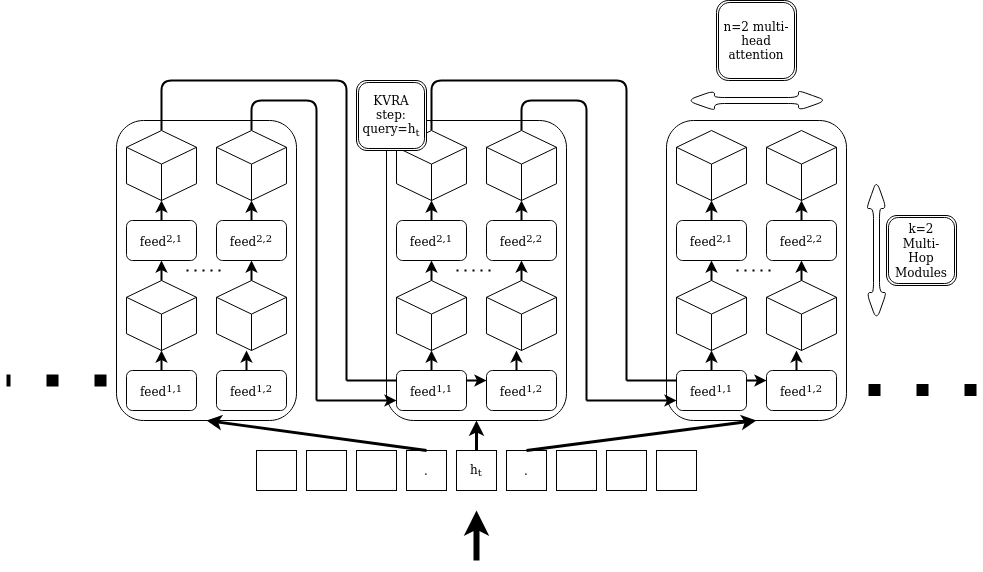
Before: example_att/feedfwdKbattTF.png, a diagram exported from draw.io (marvosyntactical/joeynmt). Source tidied: cells renumbered, new cells last; positions are measured from the earlier drawing's top-left corner, leaving out a move shared by most shapes.
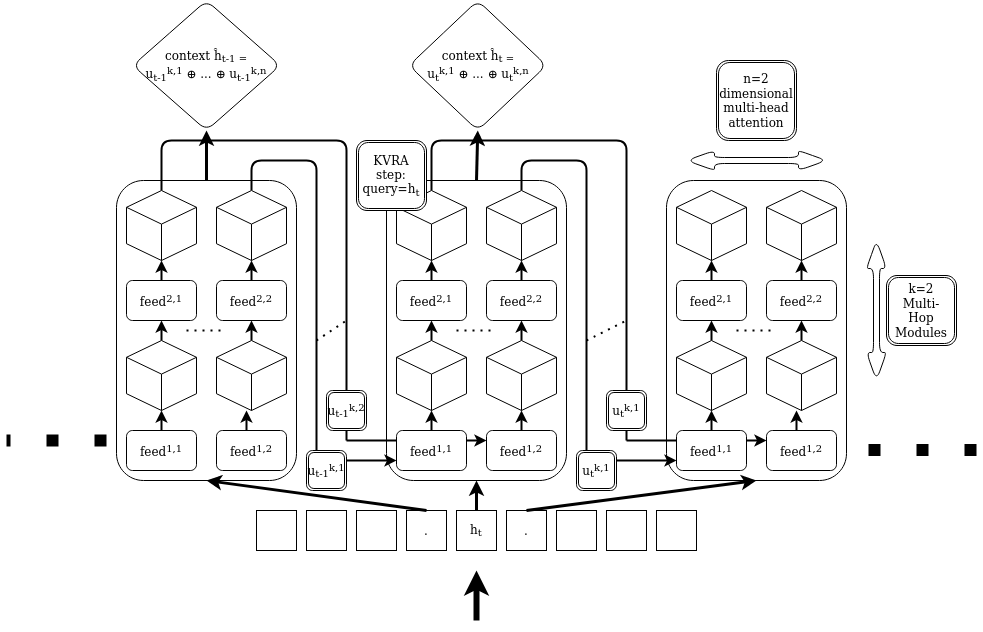
After the commit.

Change to the diagram source:
```diff
@@ -45,12 +45,9 @@
         </Array>
       </mxGeometry>
     </mxCell>
-    <mxCell id="13" style="edgeStyle=elbowEdgeStyle;elbow=vertical;endArrow=none;html=1;strokeWidth=2;jumpSize=2;endFill=0;exitX=0.5;exitY=0;exitDx=0;exitDy=0;exitPerimeter=0;" parent="1" edge="1" source="43">
+    <mxCell id="13" style="edgeStyle=elbowEdgeStyle;elbow=vertical;endArrow=none;html=1;strokeWidth=2;jumpSize=2;endFill=0;exitX=0.5;exitY=0;exitDx=0;exitDy=0;exitPerimeter=0;" parent="1" edge="1" source="88">
       <mxGeometry relative="1" as="geometry">
         <mxPoint x="620" y="380" as="targetPoint" />
-        <Array as="points">
-          <mxPoint x="530" y="80" />
-        </Array>
       </mxGeometry>
     </mxCell>
     <mxCell id="14" style="endArrow=classic;html=1;strokeWidth=3;exitX=0.5;exitY=0;exitDx=0;exitDy=0;entryX=0.5;entryY=1;entryDx=0;entryDy=0;" parent="1" edge="1" source="3" target="34">
@@ -65,12 +62,9 @@
         <mxPoint x="670" y="400" as="targetPoint" />
       </mxGeometry>
     </mxCell>
-    <mxCell id="17" style="edgeStyle=elbowEdgeStyle;elbow=vertical;endArrow=none;html=1;strokeWidth=2;endFill=0;exitX=0.5;exitY=0;exitDx=0;exitDy=0;exitPerimeter=0;" parent="1" edge="1" source="27">
+    <mxCell id="17" style="edgeStyle=elbowEdgeStyle;elbow=vertical;endArrow=none;html=1;strokeWidth=2;endFill=0;exitX=0.5;exitY=0;exitDx=0;exitDy=0;exitPerimeter=0;" parent="1" edge="1" source="85">
       <mxGeometry relative="1" as="geometry">
         <mxPoint x="340" y="380" as="targetPoint" />
-        <Array as="points">
-          <mxPoint x="260" y="80" />
-        </Array>
       </mxGeometry>
     </mxCell>
     <mxCell id="18" style="edgeStyle=elbowEdgeStyle;elbow=vertical;endArrow=none;html=1;strokeWidth=2;jumpSize=2;endFill=0;exitX=0.5;exitY=0;exitDx=0;exitDy=0;exitPerimeter=0;" parent="1" edge="1" source="29">
@@ -176,11 +170,8 @@
         <mxPoint x="155" y="350" as="targetPoint" />
       </mxGeometry>
     </mxCell>
-    <mxCell id="41" style="endArrow=classic;html=1;strokeWidth=2;" parent="1" edge="1">
-      <mxGeometry relative="1" as="geometry">
-        <mxPoint x="510" y="380" as="sourcePoint" />
-        <mxPoint x="510" y="350" as="targetPoint" />
-      </mxGeometry>
+    <mxCell id="41" style="endArrow=classic;html=1;strokeWidth=2;exitX=0.5;exitY=0;exitDx=0;exitDy=0;entryX=0.5;entryY=1;entryDx=0;entryDy=0;entryPerimeter=0;" parent="1" edge="1" source="49" target="44">
+      <mxGeometry relative="1" as="geometry" />
     </mxCell>
     <mxCell id="42" style="html=1;whiteSpace=wrap;shape=isoCube2;backgroundOutline=1;isoAngle=15;" parent="1" vertex="1">
       <mxGeometry x="390" y="280" width="70" height="70" as="geometry" />
@@ -305,11 +296,61 @@
     <mxCell id="75" value="k=2 Multi- Hop Modules" style="shape=ext;double=1;rounded=1;whiteSpace=wrap;html=1;shadow=0;glass=0;fillColor=#ffffff;" parent="1" vertex="1">
       <mxGeometry x="880" y="215" width="70" height="70" as="geometry" />
     </mxCell>
-    <mxCell id="76" value="n=2 multi-head attention" style="shape=ext;double=1;whiteSpace=wrap;html=1;rounded=1;shadow=0;glass=0;fillColor=#ffffff;" parent="1" vertex="1">
+    <mxCell id="76" value="n=2 dimensional multi-head attention" style="shape=ext;double=1;whiteSpace=wrap;html=1;rounded=1;shadow=0;glass=0;fillColor=#ffffff;" parent="1" vertex="1">
       <mxGeometry x="710" width="80" height="80" as="geometry" />
     </mxCell>
     <mxCell id="77" style="shape=doubleArrow;whiteSpace=wrap;html=1;rounded=1;shadow=0;glass=0;fillColor=#ffffff;direction=west;" parent="1" vertex="1">
       <mxGeometry x="680" y="90" width="140" height="20" as="geometry" />
     </mxCell>
+    <mxCell id="78" style="endArrow=classic;html=1;strokeWidth=3;exitX=0.5;exitY=0;exitDx=0;exitDy=0;entryX=0.5;entryY=1;entryDx=0;entryDy=0;" parent="1" edge="1" source="34" target="80">
+      <mxGeometry relative="1" as="geometry" />
+    </mxCell>
+    <mxCell id="79" style="endArrow=classic;html=1;strokeWidth=3;exitX=0.5;exitY=0;exitDx=0;exitDy=0;entryX=0.5;entryY=1;entryDx=0;entryDy=0;" parent="1" edge="1" source="50" target="81">
+      <mxGeometry relative="1" as="geometry" />
+    </mxCell>
+    <mxCell id="80" value="&lt;div&gt;context ĥ&lt;sub&gt;t-1 =&lt;br&gt;&lt;/sub&gt;&lt;/div&gt;&lt;div&gt;u&lt;sub&gt;t-1&lt;/sub&gt;&lt;sup&gt;k,1&lt;/sup&gt; ⊕ ... ⊕ u&lt;sub&gt;t-1&lt;/sub&gt;&lt;sup&gt;k,n&lt;/sup&gt;&lt;br&gt;&lt;/div&gt;" style="rhombus;whiteSpace=wrap;html=1;rounded=1;shadow=0;glass=0;fillColor=#ffffff;" parent="1" vertex="1">
+      <mxGeometry x="126.2" y="-60" width="147.5" height="130" as="geometry" />
+    </mxCell>
+    <mxCell id="81" value="&lt;div&gt;context ĥ&lt;sub&gt;t =&lt;br&gt;&lt;/sub&gt;&lt;/div&gt;&lt;div&gt;u&lt;sub&gt;t&lt;/sub&gt;&lt;sup&gt;k,1&lt;/sup&gt; ⊕ ... ⊕ u&lt;sub&gt;t&lt;/sub&gt;&lt;sup&gt;k,n&lt;/sup&gt;&lt;br&gt;&lt;/div&gt;" style="rhombus;whiteSpace=wrap;html=1;rounded=1;shadow=0;glass=0;fillColor=#ffffff;" parent="1" vertex="1">
+      <mxGeometry x="402.5" y="-60" width="137.5" height="130" as="geometry" />
+    </mxCell>
+    <mxCell id="82" value="u&lt;sub&gt;t-1&lt;/sub&gt;&lt;sup&gt;k,1&lt;/sup&gt;&lt;br&gt;&lt;sup&gt;&lt;/sup&gt;" style="shape=ext;double=1;whiteSpace=wrap;html=1;rounded=1;shadow=0;glass=0;fillColor=#ffffff;" parent="1" vertex="1">
+      <mxGeometry x="300" y="390" width="40" height="40" as="geometry" />
+    </mxCell>
+    <mxCell id="83" style="endArrow=none;dashed=1;html=1;dashPattern=1 3;strokeWidth=2;" parent="1" edge="1">
+      <mxGeometry relative="1" as="geometry">
+        <mxPoint x="310" y="280" as="sourcePoint" />
+        <mxPoint x="340" y="260" as="targetPoint" />
+      </mxGeometry>
+    </mxCell>
+    <mxCell id="84" style="endArrow=none;dashed=1;html=1;dashPattern=1 3;strokeWidth=2;" parent="1" edge="1">
+      <mxGeometry relative="1" as="geometry">
+        <mxPoint x="580" y="280" as="sourcePoint" />
+        <mxPoint x="620" y="260" as="targetPoint" />
+      </mxGeometry>
+    </mxCell>
+    <mxCell id="85" value="u&lt;sub&gt;t-1&lt;/sub&gt;&lt;sup&gt;k,2&lt;/sup&gt;&lt;br&gt;&lt;sup&gt;&lt;/sup&gt;" style="shape=ext;double=1;whiteSpace=wrap;html=1;rounded=1;shadow=0;glass=0;fillColor=#ffffff;" parent="1" vertex="1">
+      <mxGeometry x="320" y="330" width="40" height="40" as="geometry" />
+    </mxCell>
+    <mxCell id="86" style="edgeStyle=elbowEdgeStyle;elbow=vertical;endArrow=none;html=1;strokeWidth=2;endFill=0;exitX=0.5;exitY=0;exitDx=0;exitDy=0;exitPerimeter=0;" parent="1" edge="1" source="27" target="85">
+      <mxGeometry relative="1" as="geometry">
+        <Array as="points">
+          <mxPoint x="260" y="80" />
+        </Array>
+      </mxGeometry>
+    </mxCell>
+    <mxCell id="87" value="u&lt;sub&gt;t&lt;/sub&gt;&lt;sup&gt;k,1&lt;/sup&gt;" style="shape=ext;double=1;whiteSpace=wrap;html=1;rounded=1;shadow=0;glass=0;fillColor=#ffffff;" parent="1" vertex="1">
+      <mxGeometry x="570" y="390" width="40" height="40" as="geometry" />
+    </mxCell>
+    <mxCell id="88" value="u&lt;sub&gt;t&lt;/sub&gt;&lt;sup&gt;k,1&lt;/sup&gt;&lt;br&gt;&lt;sup&gt;&lt;/sup&gt;" style="shape=ext;double=1;whiteSpace=wrap;html=1;rounded=1;shadow=0;glass=0;fillColor=#ffffff;" parent="1" vertex="1">
+      <mxGeometry x="600" y="330" width="40" height="40" as="geometry" />
+    </mxCell>
+    <mxCell id="89" style="edgeStyle=elbowEdgeStyle;elbow=vertical;endArrow=none;html=1;strokeWidth=2;jumpSize=2;endFill=0;exitX=0.5;exitY=0;exitDx=0;exitDy=0;exitPerimeter=0;" parent="1" edge="1" source="43" target="88">
+      <mxGeometry relative="1" as="geometry">
+        <Array as="points">
+          <mxPoint x="530" y="80" />
+        </Array>
+      </mxGeometry>
+    </mxCell>
   </root>
 </mxGraphModel>
```
